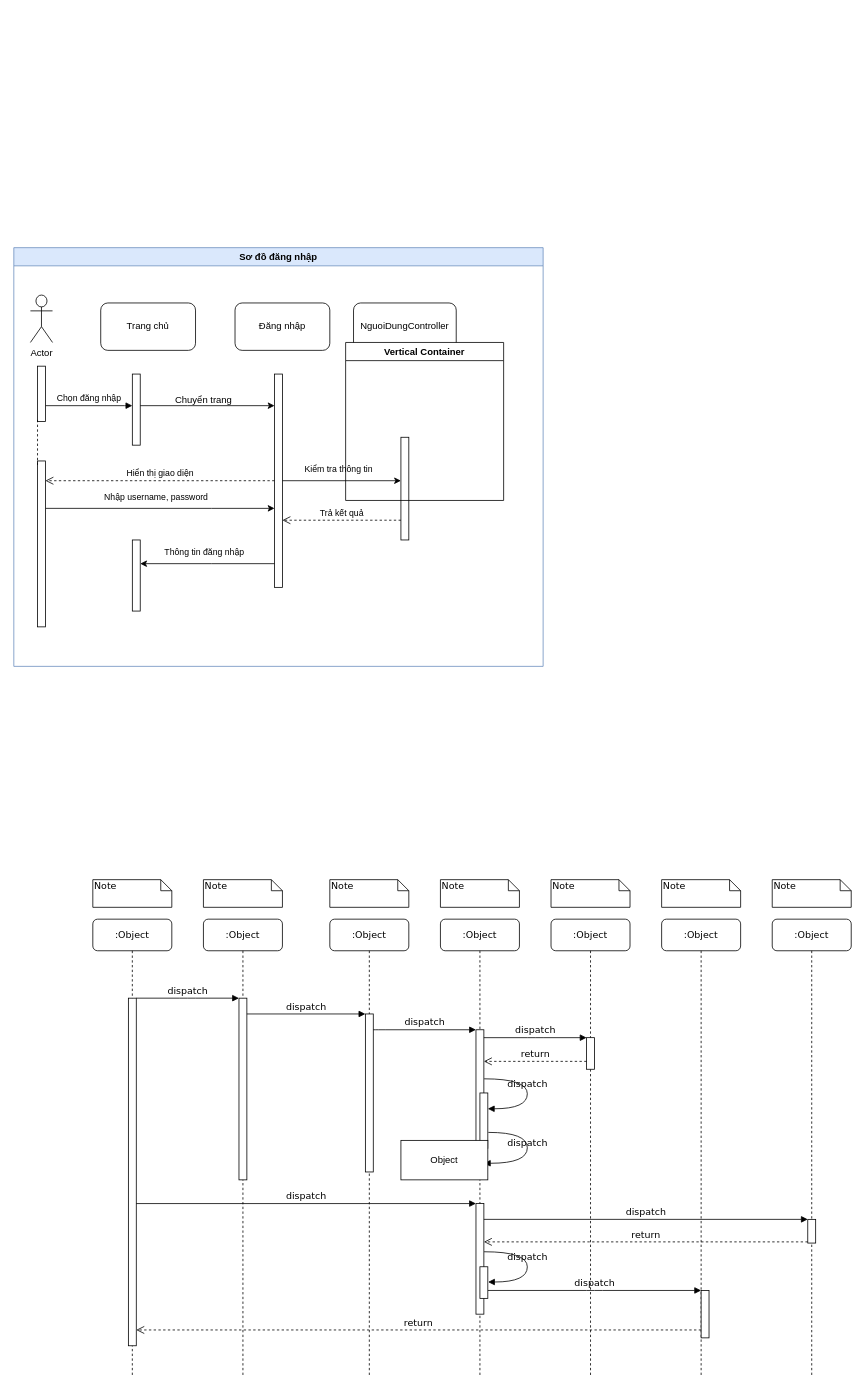
The draw.io diagram page "Page-1" (1 of 2) of Biểu đồ không có tiêu đề.drawio in trandai2k17/aspnet_html, before the edit. Source tidied: cells renumbered, new cells numbered last; positions are measured from the earlier drawing's top-left corner, leaving out a move shared by most shapes. Both pictures are drawn from the tidied source at 79%, with x=0, y=0 at pixel (13, 247).
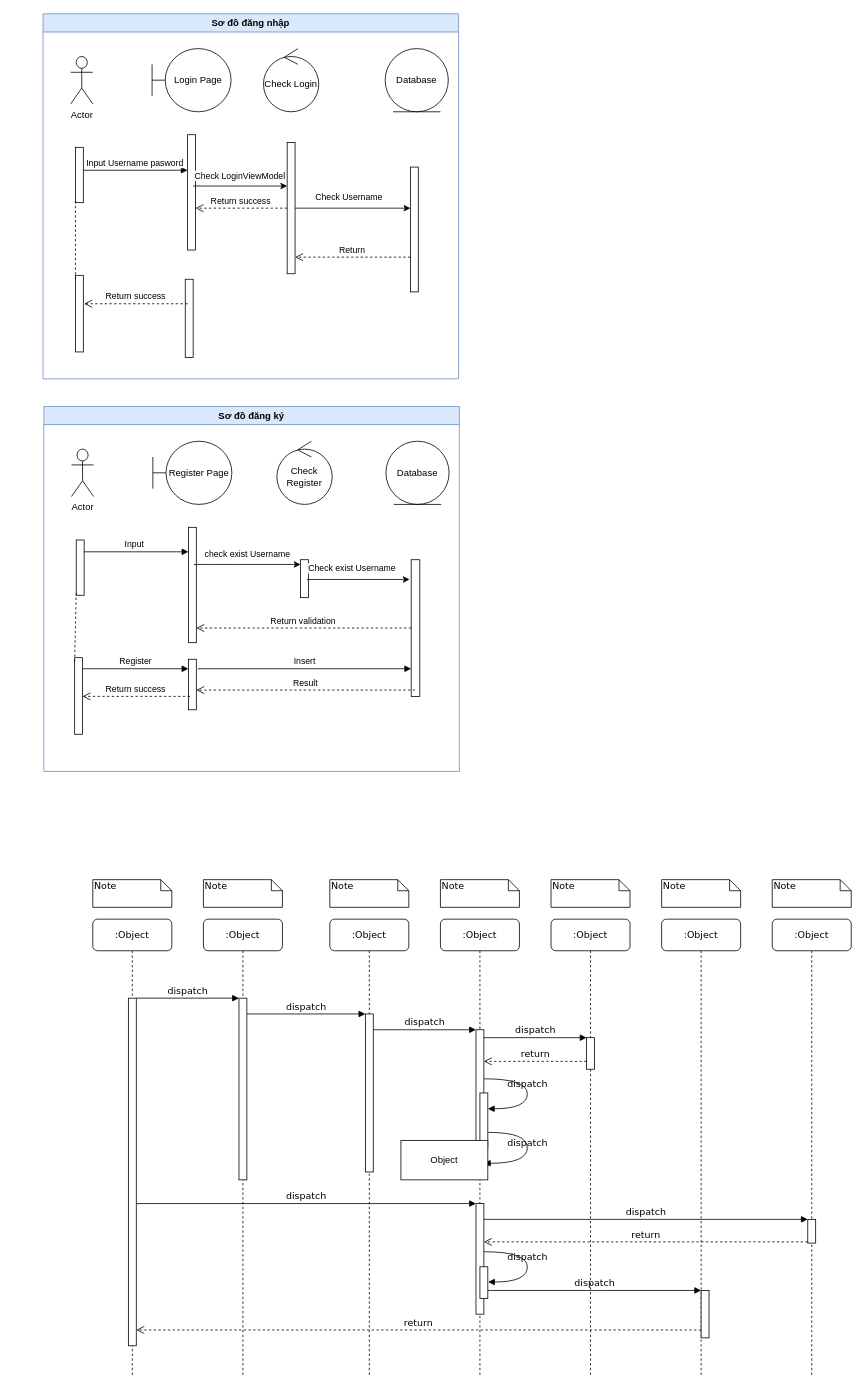
The same diagram, later.

Commit message:
Cập nhật Biểu đồ không có tiêu đề.drawio

Diff of the diagram source:
```diff
@@
+    <mxCell id="62" value="Sơ đồ đăng nhập" style="swimlane;whiteSpace=wrap;fillColor=#dae8fc;strokeColor=#6c8ebf;gradientColor=none;html=1;textShadow=0;labelBorderColor=none;" parent="1" vertex="1">
+      <mxGeometry x="37" y="-296" width="526" height="462" as="geometry" />
+    </mxCell>
+    <mxCell id="64" value="Check Login" style="ellipse;shape=umlControl;whiteSpace=wrap;html=1;" parent="62" vertex="1">
+      <mxGeometry x="279" y="44" width="70" height="80" as="geometry" />
+    </mxCell>
+    <mxCell id="65" value="Database" style="ellipse;shape=umlEntity;whiteSpace=wrap;html=1;" parent="62" vertex="1">
+      <mxGeometry x="433" y="44" width="80" height="80" as="geometry" />
+    </mxCell>
+    <mxCell id="66" value="Login Page" style="shape=umlBoundary;whiteSpace=wrap;html=1;" parent="62" vertex="1">
+      <mxGeometry x="138" y="44" width="100" height="80" as="geometry" />
+    </mxCell>
-    <mxCell id="40" value="Actor" style="shape=umlActor;verticalLabelPosition=bottom;verticalAlign=top;html=1;" parent="1" vertex="1">
-      <mxGeometry x="21" y="60" width="28" height="60" as="geometry" />
+    <mxCell id="40" value="Actor" style="shape=umlActor;verticalLabelPosition=bottom;verticalAlign=top;html=1;" parent="62" vertex="1">
+      <mxGeometry x="35" y="54" width="28" height="60" as="geometry" />
     </mxCell>
+    <mxCell id="52" style="html=1;points=[[0,0,0,0,5],[0,1,0,0,-5],[1,0,0,0,5],[1,1,0,0,-5]];perimeter=orthogonalPerimeter;outlineConnect=0;targetShapes=umlLifeline;portConstraint=eastwest;newEdgeStyle={&quot;curved&quot;:0,&quot;rounded&quot;:0};" parent="62" vertex="1">
+      <mxGeometry x="41" y="169" width="10" height="70" as="geometry" />
+    </mxCell>
-    <mxCell id="41" style="html=1;points=[[0,0,0,0,5],[0,1,0,0,-5],[1,0,0,0,5],[1,1,0,0,-5]];perimeter=orthogonalPerimeter;outlineConnect=0;targetShapes=umlLifeline;portConstraint=eastwest;newEdgeStyle={&quot;curved&quot;:0,&quot;rounded&quot;:0};" parent="1" vertex="1">
-      <mxGeometry x="150" y="160" width="10" height="90" as="geometry" />
+    <mxCell id="41" style="html=1;points=[[0,0,0,0,5],[0,1,0,0,-5],[1,0,0,0,5],[1,1,0,0,-5]];perimeter=orthogonalPerimeter;outlineConnect=0;targetShapes=umlLifeline;portConstraint=eastwest;newEdgeStyle={&quot;curved&quot;:0,&quot;rounded&quot;:0};" parent="62" vertex="1">
+      <mxGeometry x="183" y="153" width="10" height="146" as="geometry" />
     </mxCell>
-    <mxCell id="42" value="Chọn đăng nhập" style="html=1;verticalAlign=bottom;endArrow=block;curved=0;rounded=0;" parent="1" edge="1" source="52" target="41">
-      <mxGeometry relative="1" as="geometry">
+    <mxCell id="42" value="Input Username pasword" style="html=1;verticalAlign=bottom;endArrow=block;curved=0;rounded=0;" parent="62" edge="1" source="52" target="41">
+      <mxGeometry x="-0.01" relative="1" as="geometry">
         <Array as="points">
-          <mxPoint x="140" y="200" />
+          <mxPoint x="129" y="198" />
         </Array>
       </mxGeometry>
     </mxCell>
+    <mxCell id="54" style="endArrow=classic;html=1;rounded=0;" parent="62" edge="1" target="43">
+      <mxGeometry relative="1" as="geometry">
+        <mxPoint x="190" y="218" as="sourcePoint" />
+        <Array as="points">
+          <mxPoint x="214" y="218" />
+          <mxPoint x="243" y="218" />
+        </Array>
+      </mxGeometry>
+    </mxCell>
+    <mxCell id="67" value="Check LoginViewModel" style="edgeLabel;html=1;align=center;verticalAlign=middle;" parent="54" vertex="1">
+      <mxGeometry x="-0.04" y="-5" relative="1" as="geometry">
+        <mxPoint x="1" y="-19" as="offset" />
+      </mxGeometry>
+    </mxCell>
+    <mxCell id="59" style="html=1;points=[[0,0,0,0,5],[0,1,0,0,-5],[1,0,0,0,5],[1,1,0,0,-5]];perimeter=orthogonalPerimeter;outlineConnect=0;targetShapes=umlLifeline;portConstraint=eastwest;newEdgeStyle={&quot;curved&quot;:0,&quot;rounded&quot;:0};" parent="62" vertex="1">
+      <mxGeometry x="180" y="336" width="10" height="99" as="geometry" />
+    </mxCell>
+    <mxCell id="46" style="html=1;points=[[0,0,0,0,5],[0,1,0,0,-5],[1,0,0,0,5],[1,1,0,0,-5]];perimeter=orthogonalPerimeter;outlineConnect=0;targetShapes=umlLifeline;portConstraint=eastwest;newEdgeStyle={&quot;curved&quot;:0,&quot;rounded&quot;:0};" parent="62" vertex="1">
+      <mxGeometry x="465" y="194" width="10" height="158" as="geometry" />
+    </mxCell>
+    <mxCell id="68" value="Return success" style="html=1;verticalAlign=bottom;endArrow=open;dashed=1;endSize=8;curved=0;rounded=0;" parent="62" edge="1">
+      <mxGeometry x="0.01" relative="1" as="geometry">
+        <mxPoint x="183" y="367" as="sourcePoint" />
+        <mxPoint x="52" y="367" as="targetPoint" />
+      </mxGeometry>
+    </mxCell>
+    <mxCell id="51" style="html=1;points=[[0,0,0,0,5],[0,1,0,0,-5],[1,0,0,0,5],[1,1,0,0,-5]];perimeter=orthogonalPerimeter;outlineConnect=0;targetShapes=umlLifeline;portConstraint=eastwest;newEdgeStyle={&quot;curved&quot;:0,&quot;rounded&quot;:0};" parent="62" vertex="1">
+      <mxGeometry x="41" y="331" width="10" height="97" as="geometry" />
+    </mxCell>
+    <mxCell id="53" style="endArrow=none;dashed=1;html=1;rounded=0;entryX=0;entryY=1;entryDx=0;entryDy=-5;entryPerimeter=0;exitX=0;exitY=0;exitDx=0;exitDy=5;exitPerimeter=0;" parent="62" edge="1" source="51" target="52">
+      <mxGeometry relative="1" as="geometry" />
+    </mxCell>
-    <mxCell id="43" style="html=1;points=[[0,0,0,0,5],[0,1,0,0,-5],[1,0,0,0,5],[1,1,0,0,-5]];perimeter=orthogonalPerimeter;outlineConnect=0;targetShapes=umlLifeline;portConstraint=eastwest;newEdgeStyle={&quot;curved&quot;:0,&quot;rounded&quot;:0};" parent="1" vertex="1">
-      <mxGeometry x="330" y="160" width="10" height="270" as="geometry" />
+    <mxCell id="43" style="html=1;points=[[0,0,0,0,5],[0,1,0,0,-5],[1,0,0,0,5],[1,1,0,0,-5]];perimeter=orthogonalPerimeter;outlineConnect=0;targetShapes=umlLifeline;portConstraint=eastwest;newEdgeStyle={&quot;curved&quot;:0,&quot;rounded&quot;:0};" parent="62" vertex="1">
+      <mxGeometry x="309" y="163" width="10" height="166" as="geometry" />
     </mxCell>
-    <mxCell id="44" value="Trang chủ" style="rounded=1;whiteSpace=wrap;html=1;" parent="1" vertex="1">
-      <mxGeometry x="110" y="70" width="120" height="60" as="geometry" />
-    </mxCell>
-    <mxCell id="45" value="Đăng nhập" style="rounded=1;whiteSpace=wrap;html=1;" parent="1" vertex="1">
-      <mxGeometry x="280" y="70" width="120" height="60" as="geometry" />
-    </mxCell>
-    <mxCell id="46" style="html=1;points=[[0,0,0,0,5],[0,1,0,0,-5],[1,0,0,0,5],[1,1,0,0,-5]];perimeter=orthogonalPerimeter;outlineConnect=0;targetShapes=umlLifeline;portConstraint=eastwest;newEdgeStyle={&quot;curved&quot;:0,&quot;rounded&quot;:0};" parent="1" vertex="1">
-      <mxGeometry x="490" y="240" width="10" height="130" as="geometry" />
-    </mxCell>
-    <mxCell id="47" value="NguoiDungController" style="rounded=1;whiteSpace=wrap;html=1;" parent="1" vertex="1">
-      <mxGeometry x="430" y="70" width="130" height="60" as="geometry" />
-    </mxCell>
-    <mxCell id="48" value="Hiển thị giao diện" style="html=1;verticalAlign=bottom;endArrow=open;dashed=1;endSize=8;curved=0;rounded=0;" parent="1" edge="1" source="43" target="51">
-      <mxGeometry relative="1" as="geometry" />
+    <mxCell id="48" value="Return success" style="html=1;verticalAlign=bottom;endArrow=open;dashed=1;endSize=8;curved=0;rounded=0;" parent="62" edge="1" source="43" target="41">
+      <mxGeometry x="0.01" relative="1" as="geometry" />
     </mxCell>
-    <mxCell id="49" style="edgeStyle=orthogonalEdgeStyle;rounded=0;orthogonalLoop=1;jettySize=auto;html=1;curved=0;" parent="1" edge="1">
-      <mxGeometry relative="1" as="geometry">
-        <mxPoint x="40" y="330" as="sourcePoint" />
-        <mxPoint x="330" y="330" as="targetPoint" />
-        <Array as="points">
-          <mxPoint x="250" y="330" />
-          <mxPoint x="250" y="330" />
-        </Array>
-      </mxGeometry>
-    </mxCell>
-    <mxCell id="50" value="Nhập username, password" style="edgeLabel;html=1;align=center;verticalAlign=middle;" parent="49" vertex="1">
-      <mxGeometry x="0.14" y="-2" relative="1" as="geometry">
-        <mxPoint x="-26" y="-17" as="offset" />
-      </mxGeometry>
-    </mxCell>
-    <mxCell id="51" style="html=1;points=[[0,0,0,0,5],[0,1,0,0,-5],[1,0,0,0,5],[1,1,0,0,-5]];perimeter=orthogonalPerimeter;outlineConnect=0;targetShapes=umlLifeline;portConstraint=eastwest;newEdgeStyle={&quot;curved&quot;:0,&quot;rounded&quot;:0};" parent="1" vertex="1">
-      <mxGeometry x="30" y="270" width="10" height="210" as="geometry" />
-    </mxCell>
-    <mxCell id="52" style="html=1;points=[[0,0,0,0,5],[0,1,0,0,-5],[1,0,0,0,5],[1,1,0,0,-5]];perimeter=orthogonalPerimeter;outlineConnect=0;targetShapes=umlLifeline;portConstraint=eastwest;newEdgeStyle={&quot;curved&quot;:0,&quot;rounded&quot;:0};" parent="1" vertex="1">
-      <mxGeometry x="30" y="150" width="10" height="70" as="geometry" />
-    </mxCell>
-    <mxCell id="53" style="endArrow=none;dashed=1;html=1;rounded=0;entryX=0;entryY=1;entryDx=0;entryDy=-5;entryPerimeter=0;exitX=0;exitY=0;exitDx=0;exitDy=5;exitPerimeter=0;" parent="1" edge="1" source="51" target="52">
-      <mxGeometry relative="1" as="geometry" />
-    </mxCell>
-    <mxCell id="54" style="endArrow=classic;html=1;rounded=0;" parent="1" edge="1" source="41" target="43">
-      <mxGeometry relative="1" as="geometry">
-        <Array as="points">
-          <mxPoint x="220" y="200" />
-        </Array>
-      </mxGeometry>
-    </mxCell>
-    <mxCell id="55" value="Chuyển trang" style="text;html=1;align=center;verticalAlign=middle;strokeColor=none;fillColor=none;" parent="1" vertex="1">
-      <mxGeometry x="190" y="178" width="100" height="30" as="geometry" />
-    </mxCell>
-    <mxCell id="56" style="endArrow=classic;html=1;rounded=0;" parent="1" edge="1" source="43" target="46">
+    <mxCell id="56" style="endArrow=classic;html=1;rounded=0;" parent="62" edge="1" source="43" target="46">
       <mxGeometry relative="1" as="geometry" />
     </mxCell>
-    <mxCell id="57" value="Kiểm tra thông tin" style="edgeLabel;html=1;align=center;verticalAlign=middle;" parent="56" vertex="1">
+    <mxCell id="57" value="Check Username" style="edgeLabel;html=1;align=center;verticalAlign=middle;" parent="56" vertex="1">
       <mxGeometry x="0.44" y="1" relative="1" as="geometry">
         <mxPoint x="-38" y="-14" as="offset" />
       </mxGeometry>
     </mxCell>
-    <mxCell id="58" value="Trả kết quả" style="html=1;verticalAlign=bottom;endArrow=open;dashed=1;endSize=8;curved=0;rounded=0;" parent="1" edge="1">
-      <mxGeometry relative="1" as="geometry">
-        <mxPoint x="490" y="345" as="sourcePoint" />
-        <mxPoint x="340" y="345" as="targetPoint" />
+    <mxCell id="58" value="Return" style="html=1;verticalAlign=bottom;endArrow=open;dashed=1;endSize=8;curved=0;rounded=0;" parent="62" edge="1" source="46" target="43">
+      <mxGeometry x="0.01" relative="1" as="geometry">
         <Array as="points">
-          <mxPoint x="460" y="345" />
+          <mxPoint x="460" y="308" />
         </Array>
       </mxGeometry>
     </mxCell>
-    <mxCell id="59" style="html=1;points=[[0,0,0,0,5],[0,1,0,0,-5],[1,0,0,0,5],[1,1,0,0,-5]];perimeter=orthogonalPerimeter;outlineConnect=0;targetShapes=umlLifeline;portConstraint=eastwest;newEdgeStyle={&quot;curved&quot;:0,&quot;rounded&quot;:0};" parent="1" vertex="1">
-      <mxGeometry x="150" y="370" width="10" height="90" as="geometry" />
-    </mxCell>
-    <mxCell id="60" style="endArrow=classic;html=1;rounded=0;" parent="1" edge="1" source="43" target="59">
-      <mxGeometry relative="1" as="geometry">
-        <Array as="points">
-          <mxPoint x="250" y="400" />
-        </Array>
-      </mxGeometry>
-    </mxCell>
-    <mxCell id="61" value="Thông tin đăng nhập" style="edgeLabel;html=1;align=center;verticalAlign=middle;" parent="60" vertex="1">
-      <mxGeometry x="0.08" y="-3" relative="1" as="geometry">
-        <mxPoint x="2" y="-12" as="offset" />
-      </mxGeometry>
-    </mxCell>
-    <mxCell id="62" value="Sơ đồ đăng nhập" style="swimlane;whiteSpace=wrap;fillColor=#dae8fc;strokeColor=#6c8ebf;gradientColor=none;html=1;textShadow=0;" parent="1" vertex="1">
-      <mxGeometry width="670" height="530" as="geometry" />
-    </mxCell>
-    <mxCell id="63" value="Vertical Container" style="swimlane;whiteSpace=wrap;html=1;" parent="1" vertex="1">
-      <mxGeometry x="420" y="120" width="200" height="200" as="geometry" />
-    </mxCell>
+    <mxCell id="69" value="Sơ đồ đăng ký" style="swimlane;whiteSpace=wrap;fillColor=#dae8fc;strokeColor=#6c8ebf;gradientColor=none;html=1;textShadow=0;labelBorderColor=none;" parent="1" vertex="1">
+      <mxGeometry x="38" y="201" width="526" height="462" as="geometry" />
+    </mxCell>
+    <mxCell id="70" value="Check Register" style="ellipse;shape=umlControl;whiteSpace=wrap;html=1;" parent="69" vertex="1">
+      <mxGeometry x="295" y="44" width="70" height="80" as="geometry" />
+    </mxCell>
+    <mxCell id="71" value="Database" style="ellipse;shape=umlEntity;whiteSpace=wrap;html=1;" parent="69" vertex="1">
+      <mxGeometry x="433" y="44" width="80" height="80" as="geometry" />
+    </mxCell>
+    <mxCell id="72" value="Register Page" style="shape=umlBoundary;whiteSpace=wrap;html=1;" parent="69" vertex="1">
+      <mxGeometry x="138" y="44" width="100" height="80" as="geometry" />
+    </mxCell>
+    <mxCell id="73" value="Actor" style="shape=umlActor;verticalLabelPosition=bottom;verticalAlign=top;html=1;" parent="69" vertex="1">
+      <mxGeometry x="35" y="54" width="28" height="60" as="geometry" />
+    </mxCell>
+    <mxCell id="74" style="html=1;points=[[0,0,0,0,5],[0,1,0,0,-5],[1,0,0,0,5],[1,1,0,0,-5]];perimeter=orthogonalPerimeter;outlineConnect=0;targetShapes=umlLifeline;portConstraint=eastwest;newEdgeStyle={&quot;curved&quot;:0,&quot;rounded&quot;:0};" parent="69" vertex="1">
+      <mxGeometry x="41" y="169" width="10" height="70" as="geometry" />
+    </mxCell>
+    <mxCell id="75" style="html=1;points=[[0,0,0,0,5],[0,1,0,0,-5],[1,0,0,0,5],[1,1,0,0,-5]];perimeter=orthogonalPerimeter;outlineConnect=0;targetShapes=umlLifeline;portConstraint=eastwest;newEdgeStyle={&quot;curved&quot;:0,&quot;rounded&quot;:0};" parent="69" vertex="1">
+      <mxGeometry x="183" y="153" width="10" height="146" as="geometry" />
+    </mxCell>
+    <mxCell id="76" value="Input&amp;nbsp;" style="html=1;verticalAlign=bottom;endArrow=block;curved=0;rounded=0;" parent="69" edge="1">
+      <mxGeometry x="-0.01" relative="1" as="geometry">
+        <mxPoint x="51" y="184" as="sourcePoint" />
+        <mxPoint x="183" y="184" as="targetPoint" />
+      </mxGeometry>
+    </mxCell>
+    <mxCell id="77" style="endArrow=classic;html=1;rounded=0;" parent="69" edge="1" target="84">
+      <mxGeometry relative="1" as="geometry">
+        <mxPoint x="190" y="200" as="sourcePoint" />
+        <Array as="points">
+          <mxPoint x="214" y="200" />
+          <mxPoint x="243" y="200" />
+        </Array>
+      </mxGeometry>
+    </mxCell>
+    <mxCell id="78" value="&amp;nbsp;check exist Username" style="edgeLabel;html=1;align=center;verticalAlign=middle;" parent="77" vertex="1">
+      <mxGeometry x="-0.04" y="-5" relative="1" as="geometry">
+        <mxPoint y="-19" as="offset" />
+      </mxGeometry>
+    </mxCell>
+    <mxCell id="79" style="html=1;points=[[0,0,0,0,5],[0,1,0,0,-5],[1,0,0,0,5],[1,1,0,0,-5]];perimeter=orthogonalPerimeter;outlineConnect=0;targetShapes=umlLifeline;portConstraint=eastwest;newEdgeStyle={&quot;curved&quot;:0,&quot;rounded&quot;:0};" parent="69" vertex="1">
+      <mxGeometry x="183" y="320" width="10" height="64" as="geometry" />
+    </mxCell>
+    <mxCell id="80" style="html=1;points=[[0,0,0,0,5],[0,1,0,0,-5],[1,0,0,0,5],[1,1,0,0,-5]];perimeter=orthogonalPerimeter;outlineConnect=0;targetShapes=umlLifeline;portConstraint=eastwest;newEdgeStyle={&quot;curved&quot;:0,&quot;rounded&quot;:0};" parent="69" vertex="1">
+      <mxGeometry x="465" y="194" width="10.9" height="173" as="geometry" />
+    </mxCell>
+    <mxCell id="81" value="Return success" style="html=1;verticalAlign=bottom;endArrow=open;dashed=1;endSize=8;curved=0;rounded=0;" parent="69" edge="1" target="82">
+      <mxGeometry x="0.01" relative="1" as="geometry">
+        <mxPoint x="185" y="367" as="sourcePoint" />
+      </mxGeometry>
+    </mxCell>
+    <mxCell id="82" style="html=1;points=[[0,0,0,0,5],[0,1,0,0,-5],[1,0,0,0,5],[1,1,0,0,-5]];perimeter=orthogonalPerimeter;outlineConnect=0;targetShapes=umlLifeline;portConstraint=eastwest;newEdgeStyle={&quot;curved&quot;:0,&quot;rounded&quot;:0};" parent="69" vertex="1">
+      <mxGeometry x="39" y="318" width="10" height="97" as="geometry" />
+    </mxCell>
+    <mxCell id="83" style="endArrow=none;dashed=1;html=1;rounded=0;entryX=0;entryY=1;entryDx=0;entryDy=-5;entryPerimeter=0;exitX=0;exitY=0;exitDx=0;exitDy=5;exitPerimeter=0;" parent="69" edge="1" source="82" target="74">
+      <mxGeometry relative="1" as="geometry" />
+    </mxCell>
+    <mxCell id="84" style="html=1;points=[[0,0,0,0,5],[0,1,0,0,-5],[1,0,0,0,5],[1,1,0,0,-5]];perimeter=orthogonalPerimeter;outlineConnect=0;targetShapes=umlLifeline;portConstraint=eastwest;newEdgeStyle={&quot;curved&quot;:0,&quot;rounded&quot;:0};" parent="69" vertex="1">
+      <mxGeometry x="325" y="194" width="10" height="48" as="geometry" />
+    </mxCell>
+    <mxCell id="85" style="endArrow=classic;html=1;rounded=0;" parent="69" edge="1">
+      <mxGeometry relative="1" as="geometry">
+        <mxPoint x="333" y="219" as="sourcePoint" />
+        <mxPoint x="463" y="219" as="targetPoint" />
+      </mxGeometry>
+    </mxCell>
+    <mxCell id="86" value="Check exist Username" style="edgeLabel;html=1;align=center;verticalAlign=middle;" parent="85" vertex="1">
+      <mxGeometry x="0.44" y="1" relative="1" as="geometry">
+        <mxPoint x="-38" y="-14" as="offset" />
+      </mxGeometry>
+    </mxCell>
+    <mxCell id="87" value="Return validation" style="html=1;verticalAlign=bottom;endArrow=open;dashed=1;endSize=8;curved=0;rounded=0;" parent="69" edge="1" source="80" target="75">
+      <mxGeometry x="0.01" relative="1" as="geometry" />
+    </mxCell>
+    <mxCell id="88" value="Register" style="html=1;verticalAlign=bottom;endArrow=block;curved=0;rounded=0;" parent="69" edge="1" target="79">
+      <mxGeometry relative="1" as="geometry">
+        <mxPoint x="49" y="332" as="sourcePoint" />
+      </mxGeometry>
+    </mxCell>
+    <mxCell id="89" value="Insert" style="html=1;verticalAlign=bottom;endArrow=block;curved=0;rounded=0;" parent="69" edge="1" target="80">
+      <mxGeometry relative="1" as="geometry">
+        <mxPoint x="195" y="332" as="sourcePoint" />
+      </mxGeometry>
+    </mxCell>
+    <mxCell id="90" value="Result" style="html=1;verticalAlign=bottom;endArrow=open;dashed=1;endSize=8;curved=0;rounded=0;" parent="69" edge="1" target="79">
+      <mxGeometry relative="1" as="geometry">
+        <mxPoint x="470" y="359" as="sourcePoint" />
+      </mxGeometry>
+    </mxCell>
```
